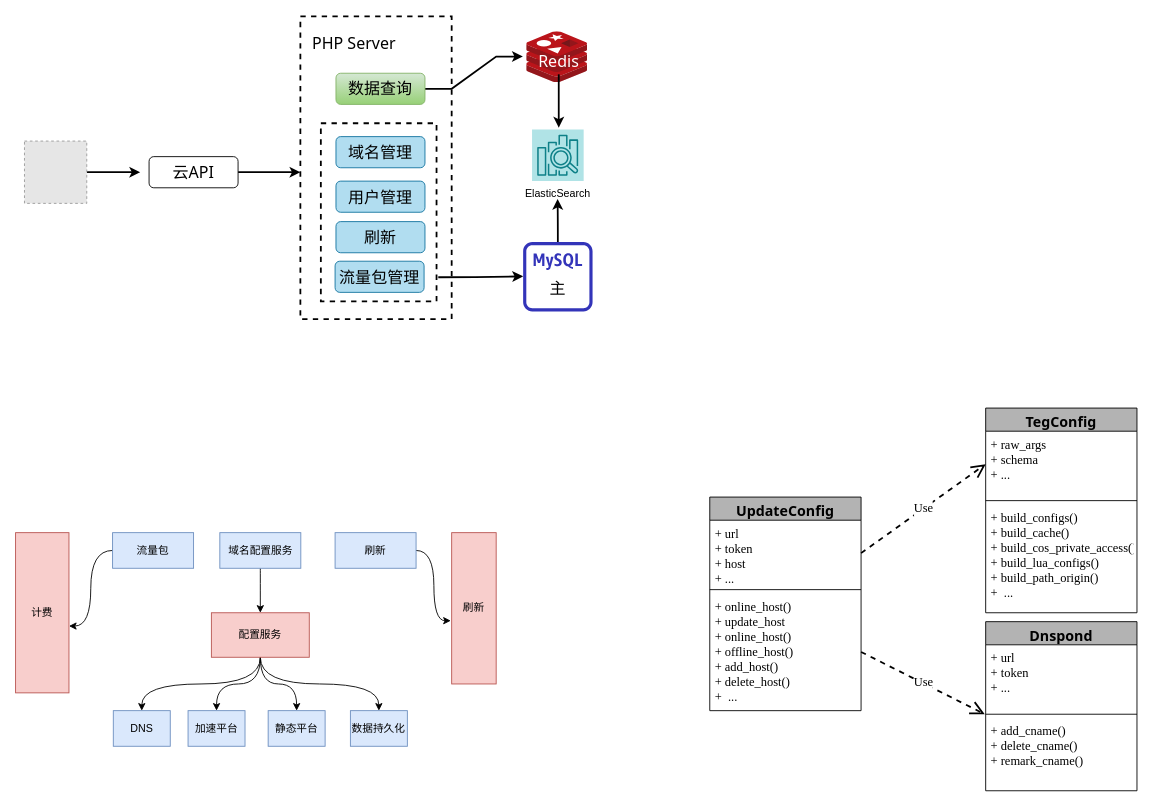
The draw.io diagram page "第 4 页" (4 of 7) of tcb.drawio in wwCrazy/resume, before the edit. Source tidied: cells renumbered, new cells numbered last; positions are measured from the earlier drawing's top-left corner, leaving out a move shared by most shapes. Both pictures are drawn from the tidied source at 89%, with x=0, y=0 at pixel (15, 16). Pictures stored in the file or linked from it are replaced by grey dashed boxes.
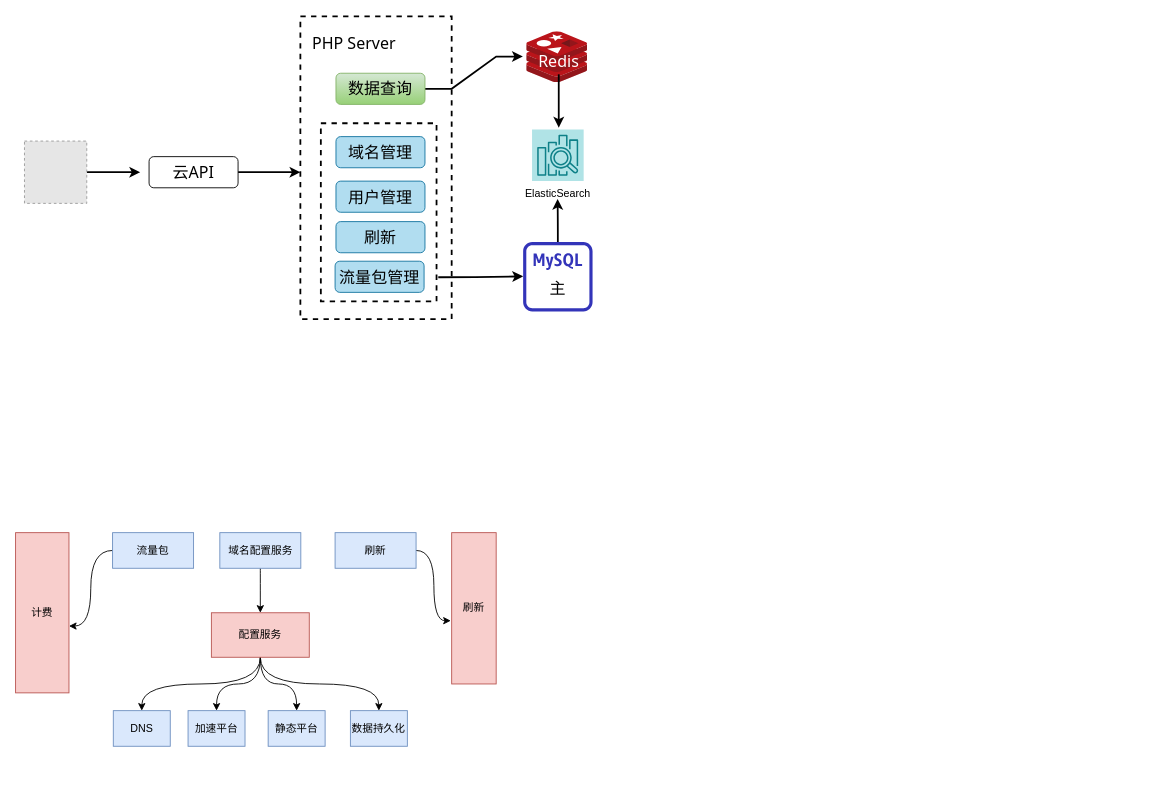
Above is the later version.

What changed in the source:
```diff
@@
-    <mxCell id="41" value="TegConfig&#10;" style="swimlane;fontStyle=1;align=center;verticalAlign=top;horizontal=1;startSize=26;strokeWidth=1;fillColor=#B3B3B3;fontFamily=Tahoma;fontSize=16;fontColor=#000000;" parent="1" vertex="1">
-      <mxGeometry x="1090" y="440" width="170" height="230" as="geometry" />
-    </mxCell>
-    <mxCell id="42" value="+ raw_args&#10;+ schema&#10;+ ..." style="text;strokeColor=none;fillColor=none;align=left;verticalAlign=top;spacingLeft=4;spacingRight=4;overflow=hidden;points=[[0,0.5],[1,0.5]];portConstraint=eastwest;fontFamily=Times New Roman;fontSize=14;" parent="41" vertex="1">
-      <mxGeometry y="26" width="170" height="74" as="geometry" />
-    </mxCell>
-    <mxCell id="43" style="line;strokeWidth=1;fillColor=none;align=left;verticalAlign=middle;spacingTop=-1;spacingLeft=3;spacingRight=3;labelPosition=right;" parent="41" vertex="1">
-      <mxGeometry y="100" width="170" height="8" as="geometry" />
-    </mxCell>
-    <mxCell id="44" value="+ build_configs()&#10;+ build_cache()&#10;+ build_cos_private_access()&#10;+ build_lua_configs()&#10;+ build_path_origin()&#10;+  ..." style="text;strokeColor=none;fillColor=none;align=left;verticalAlign=top;spacingLeft=4;spacingRight=4;overflow=hidden;fontSize=14;fontFamily=Times New Roman;" parent="41" vertex="1">
-      <mxGeometry y="108" width="170" height="122" as="geometry" />
-    </mxCell>
-    <mxCell id="45" value="UpdateConfig" style="swimlane;fontStyle=1;align=center;verticalAlign=top;horizontal=1;startSize=26;strokeWidth=1;fillColor=#B3B3B3;fontFamily=Tahoma;fontSize=16;fontColor=#000000;" parent="1" vertex="1">
-      <mxGeometry x="780" y="540" width="170" height="240" as="geometry" />
-    </mxCell>
-    <mxCell id="46" value="+ url&#10;+ token&#10;+ host&#10;+ ..." style="text;strokeColor=none;fillColor=none;align=left;verticalAlign=top;spacingLeft=4;spacingRight=4;overflow=hidden;points=[[0,0.5],[1,0.5]];portConstraint=eastwest;fontFamily=Times New Roman;fontSize=14;" parent="45" vertex="1">
-      <mxGeometry y="26" width="170" height="74" as="geometry" />
-    </mxCell>
-    <mxCell id="47" style="line;strokeWidth=1;fillColor=none;align=left;verticalAlign=middle;spacingTop=-1;spacingLeft=3;spacingRight=3;labelPosition=right;" parent="45" vertex="1">
-      <mxGeometry y="100" width="170" height="8" as="geometry" />
-    </mxCell>
-    <mxCell id="48" value="+ online_host()&#10;+ update_host&#10;+ online_host()&#10;+ offline_host()&#10;+ add_host()&#10;+ delete_host()&#10;+  ..." style="text;strokeColor=none;fillColor=none;align=left;verticalAlign=top;spacingLeft=4;spacingRight=4;overflow=hidden;points=[[0,0.5],[1,0.5]];portConstraint=eastwest;fontSize=14;fontFamily=Times New Roman;" parent="45" vertex="1">
-      <mxGeometry y="108" width="170" height="132" as="geometry" />
-    </mxCell>
-    <mxCell id="49" value="Dnspond" style="swimlane;fontStyle=1;align=center;verticalAlign=top;horizontal=1;startSize=26;strokeWidth=1;fillColor=#B3B3B3;fontFamily=Tahoma;fontSize=16;fontColor=#000000;" parent="1" vertex="1">
-      <mxGeometry x="1090" y="680" width="170" height="190" as="geometry" />
-    </mxCell>
-    <mxCell id="50" value="+ url&#10;+ token&#10;+ ..." style="text;strokeColor=none;fillColor=none;align=left;verticalAlign=top;spacingLeft=4;spacingRight=4;overflow=hidden;fontFamily=Times New Roman;fontSize=14;" parent="49" vertex="1">
-      <mxGeometry y="26" width="170" height="74" as="geometry" />
-    </mxCell>
-    <mxCell id="51" style="line;strokeWidth=1;fillColor=none;align=left;verticalAlign=middle;spacingTop=-1;spacingLeft=3;spacingRight=3;labelPosition=right;" parent="49" vertex="1">
-      <mxGeometry y="100" width="170" height="8" as="geometry" />
-    </mxCell>
-    <mxCell id="52" value="+ add_cname()&#10;+ delete_cname()&#10;+ remark_cname()&#10;" style="text;strokeColor=none;fillColor=none;align=left;verticalAlign=top;spacingLeft=4;spacingRight=4;overflow=hidden;points=[[0,0.5],[1,0.5]];portConstraint=eastwest;fontSize=14;fontFamily=Times New Roman;" parent="49" vertex="1">
-      <mxGeometry y="108" width="170" height="82" as="geometry" />
-    </mxCell>
-    <mxCell id="53" value="Use" style="endArrow=open;endSize=12;dashed=1;html=1;strokeWidth=2;fontFamily=Times New Roman;fontSize=14;fontColor=#000000;entryX=0;entryY=0.5;entryDx=0;entryDy=0;exitX=1;exitY=0.5;exitDx=0;exitDy=0;" parent="1" edge="1" source="46" target="42">
-      <mxGeometry relative="1" as="geometry" />
-    </mxCell>
-    <mxCell id="54" value="Use" style="endArrow=open;endSize=12;dashed=1;html=1;strokeWidth=2;fontFamily=Times New Roman;fontSize=14;fontColor=#000000;entryX=-0.006;entryY=-0.049;entryDx=0;entryDy=0;exitX=1;exitY=0.5;exitDx=0;exitDy=0;entryPerimeter=0;" parent="1" edge="1" source="48" target="52">
-      <mxGeometry relative="1" as="geometry" />
-    </mxCell>
```
